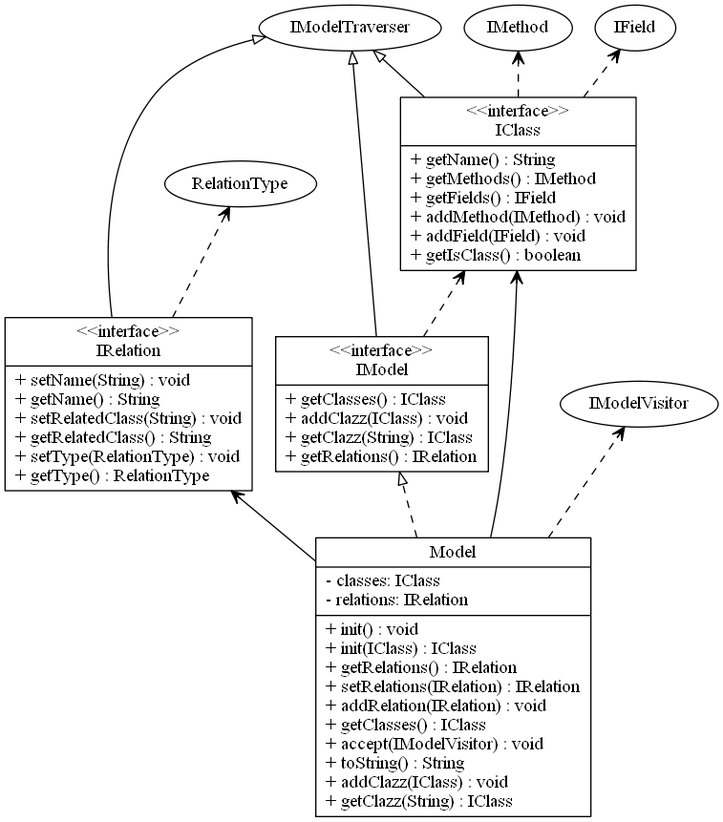
The Graphviz diagram input_output/test.png in tpunt3/Csse374, before a commit. Its source is kept beside it as input_output/test.gv.
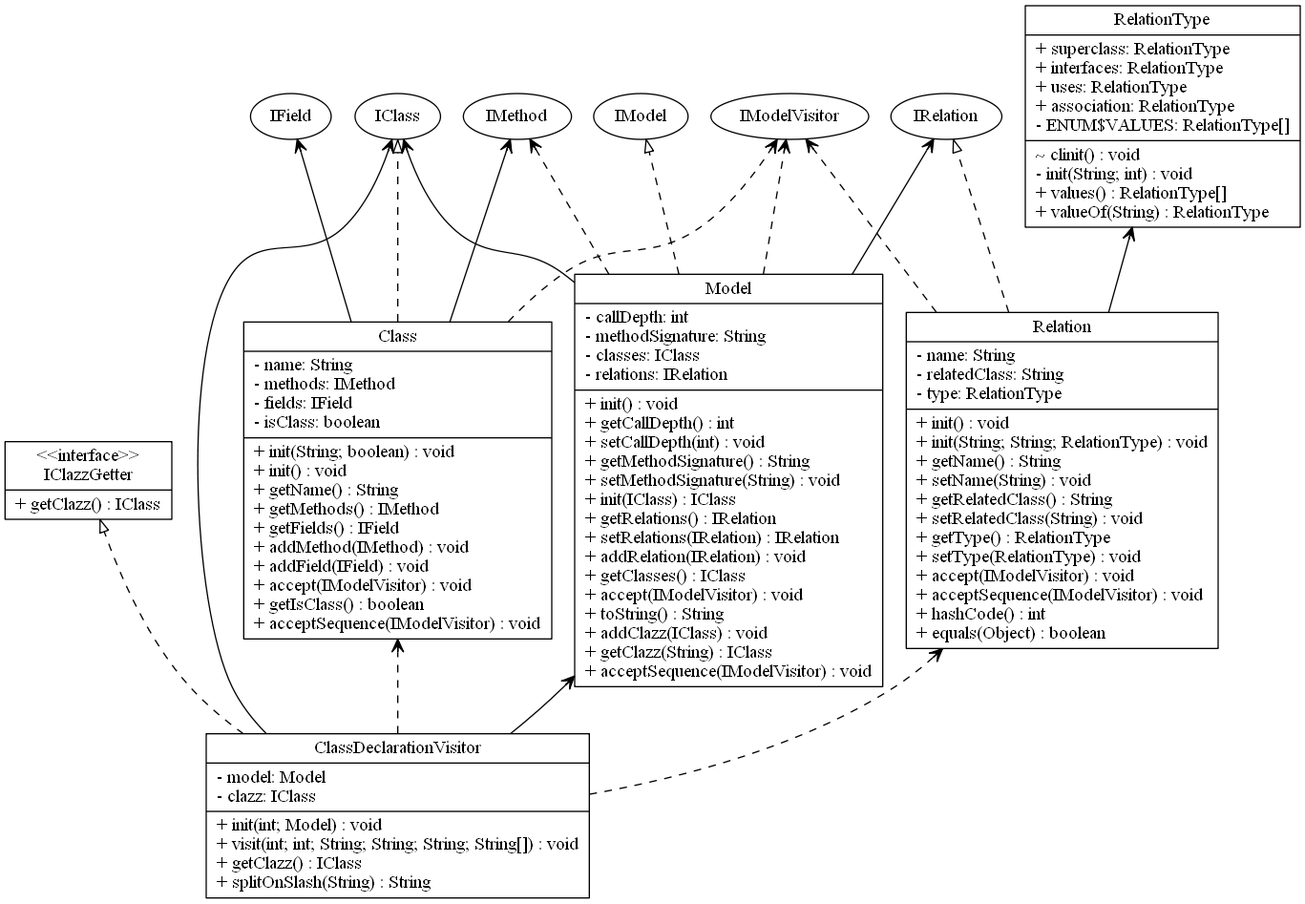
After the change.

Change to the diagram source:
```diff
@@ -1,34 +1,50 @@
 digraph model{
 rankdir = BT;
+ClassDeclarationVisitor [
+shape="record",
+label = "{ClassDeclarationVisitor| - model: Model\l- clazz: IClass\l|+ init(int; Model) : void\l+ visit(int; int; String; String; String; String[]) : void\l+ getClazz() : IClass\l+ splitOnSlash(String) : String\l}"
+];
+
+IClazzGetter [
+shape="record",
+label = "{\<\<interface\>\>\nIClazzGetter| + getClazz() : IClass\l}"
+];
+
 Model [
 shape="record",
-label = "{Model| - classes: IClass\l- relations: IRelation\l|+ init() : void\l+ init(IClass) : IClass\l+ getRelations() : IRelation\l+ setRelations(IRelation) : IRelation\l+ addRelation(IRelation) : void\l+ getClasses() : IClass\l+ accept(IModelVisitor) : void\l+ toString() : String\l+ addClazz(IClass) : void\l+ getClazz(String) : IClass\l}"
+label = "{Model| - callDepth: int\l- methodSignature: String\l- classes: IClass\l- relations: IRelation\l|+ init() : void\l+ getCallDepth() : int\l+ setCallDepth(int) : void\l+ getMethodSignature() : String\l+ setMethodSignature(String) : void\l+ init(IClass) : IClass\l+ getRelations() : IRelation\l+ setRelations(IRelation) : IRelation\l+ addRelation(IRelation) : void\l+ getClasses() : IClass\l+ accept(IModelVisitor) : void\l+ toString() : String\l+ addClazz(IClass) : void\l+ getClazz(String) : IClass\l+ acceptSequence(IModelVisitor) : void\l}"
 ];
 
-IModel [
+Class [
 shape="record",
-label = "{\<\<interface\>\>\nIModel| + getClasses() : IClass\l+ addClazz(IClass) : void\l+ getClazz(String) : IClass\l+ getRelations() : IRelation\l}"
+label = "{Class| - name: String\l- methods: IMethod\l- fields: IField\l- isClass: boolean\l|+ init(String; boolean) : void\l+ init() : void\l+ getName() : String\l+ getMethods() : IMethod\l+ getFields() : IField\l+ addMethod(IMethod) : void\l+ addField(IField) : void\l+ accept(IModelVisitor) : void\l+ getIsClass() : boolean\l+ acceptSequence(IModelVisitor) : void\l}"
 ];
 
-IClass [
+Relation [
 shape="record",
-label = "{\<\<interface\>\>\nIClass| + getName() : String\l+ getMethods() : IMethod\l+ getFields() : IField\l+ addMethod(IMethod) : void\l+ addField(IField) : void\l+ getIsClass() : boolean\l}"
+label = "{Relation| - name: String\l- relatedClass: String\l- type: RelationType\l|+ init() : void\l+ init(String; String; RelationType) : void\l+ getName() : String\l+ setName(String) : void\l+ getRelatedClass() : String\l+ setRelatedClass(String) : void\l+ getType() : RelationType\l+ setType(RelationType) : void\l+ accept(IModelVisitor) : void\l+ acceptSequence(IModelVisitor) : void\l+ hashCode() : int\l+ equals(Object) : boolean\l}"
 ];
 
-IRelation [
+RelationType [
 shape="record",
-label = "{\<\<interface\>\>\nIRelation| + setName(String) : void\l+ getName() : String\l+ setRelatedClass(String) : void\l+ getRelatedClass() : String\l+ setType(RelationType) : void\l+ getType() : RelationType\l}"
+label = "{RelationType| + superclass: RelationType\l+ interfaces: RelationType\l+ uses: RelationType\l+ association: RelationType\l- ENUM$VALUES: RelationType[]\l|~ clinit() : void\l- init(String; int) : void\l+ values() : RelationType[]\l+ valueOf(String) : RelationType\l}"
 ];
 
+ClassDeclarationVisitor -> IClazzGetter [arrowhead = "empty", style = "dashed"];
+ClassDeclarationVisitor -> Model [arrowhead = "vee"];
+ClassDeclarationVisitor -> IClass [arrowhead = "vee"];
+ClassDeclarationVisitor -> Class [arrowhead = "vee", style = "dashed"];
+ClassDeclarationVisitor -> Relation [arrowhead = "vee", style = "dashed"];
 Model -> IModel [arrowhead = "empty", style = "dashed"];
 Model -> IClass [arrowhead = "vee"];
 Model -> IRelation [arrowhead = "vee"];
 Model -> IModelVisitor [arrowhead = "vee", style = "dashed"];
-IModel -> IModelTraverser [arrowhead = "empty"];
-IModel -> IClass [arrowhead = "vee", style = "dashed"];
-IClass -> IModelTraverser [arrowhead = "empty"];
-IClass -> IMethod [arrowhead = "vee", style = "dashed"];
-IClass -> IField [arrowhead = "vee", style = "dashed"];
-IRelation -> IModelTraverser [arrowhead = "empty"];
-IRelation -> RelationType [arrowhead = "vee", style = "dashed"];
+Model -> IMethod [arrowhead = "vee", style = "dashed"];
+Class -> IClass [arrowhead = "empty", style = "dashed"];
+Class -> IMethod [arrowhead = "vee"];
+Class -> IField [arrowhead = "vee"];
+Class -> IModelVisitor [arrowhead = "vee", style = "dashed"];
+Relation -> IRelation [arrowhead = "empty", style = "dashed"];
+Relation -> RelationType [arrowhead = "vee"];
+Relation -> IModelVisitor [arrowhead = "vee", style = "dashed"];
 }
```
